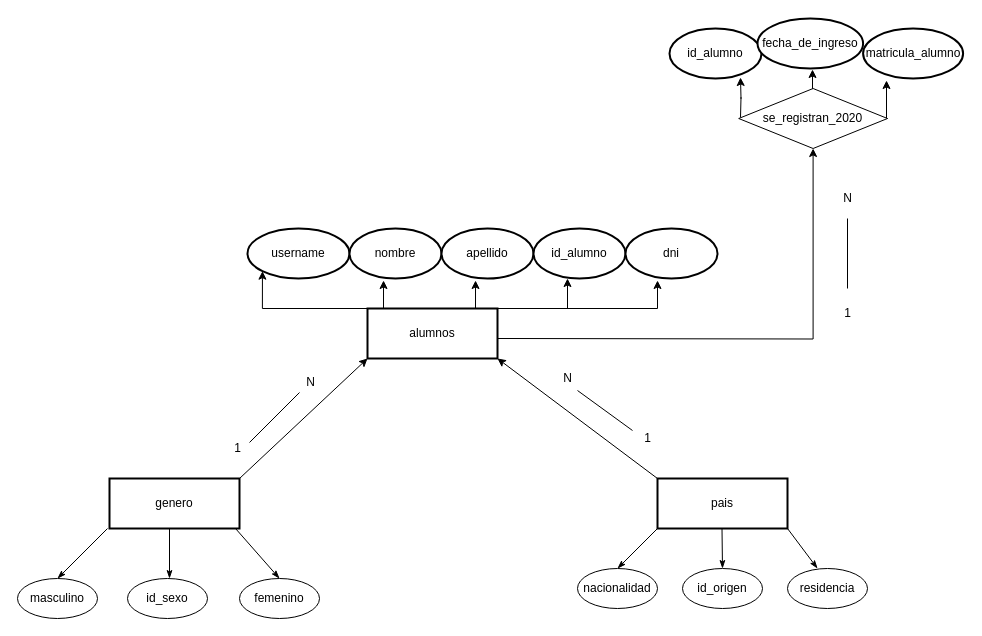
Above: Diagrama sin título.drawio in arcv1337/arcv1337 (draw.io), before the change. Source tidied: cells renumbered, new cells numbered last; positions are measured from the earlier drawing's top-left corner, leaving out a move shared by most shapes. Both pictures are drawn from the tidied source at 100%, with x=0, y=0 at pixel (17, 18).
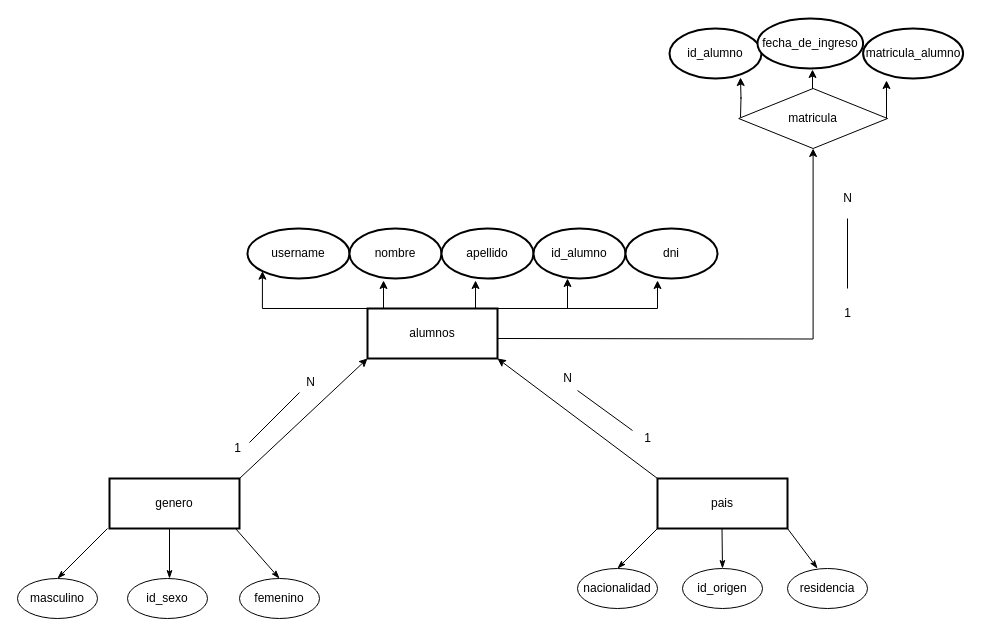
Above is the later version.

Change to the diagram source:
```diff
@@
-    <mxCell id="34" value="se_registran_2020" style="rhombus;whiteSpace=wrap;html=1;" parent="1" vertex="1">
+    <mxCell id="34" value="matricula" style="rhombus;whiteSpace=wrap;html=1;" parent="1" vertex="1">
       <mxGeometry x="721.2" y="70" width="148.8" height="60" as="geometry" />
     </mxCell>
```
